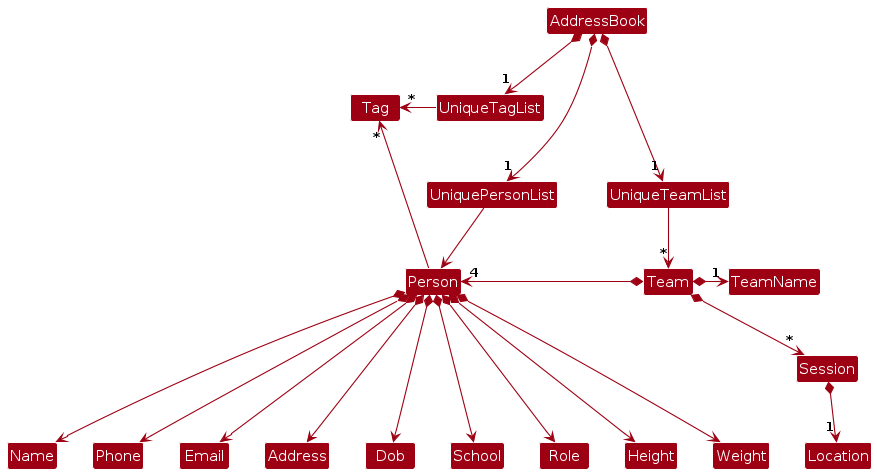
This is diagrams/BetterModelClassDiagram.png from jordanloh/tp, a PlantUML export, as it was before one commit. Its source is kept beside it as diagrams/BetterModelClassDiagram.puml.
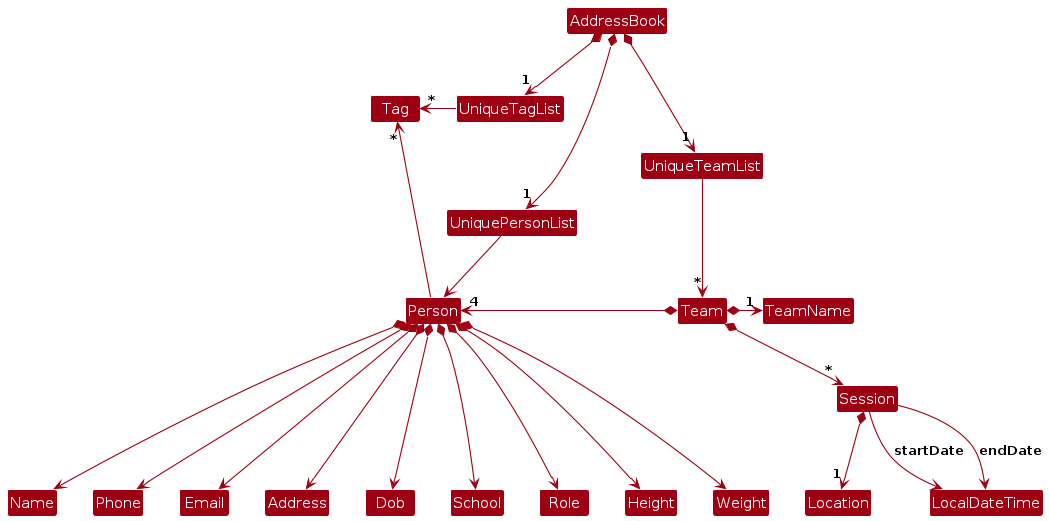
Above is the later version.

Change to the diagram source:
```diff
@@ -20,6 +20,8 @@
 Team *-down-> "*" Session
 Team *-right-> "1" TeamName
 Session *-down-> "1" Location
+Session --> LocalDateTime : startDate
+Session --> LocalDateTime : endDate
 
 
 Person *---> Name
```
